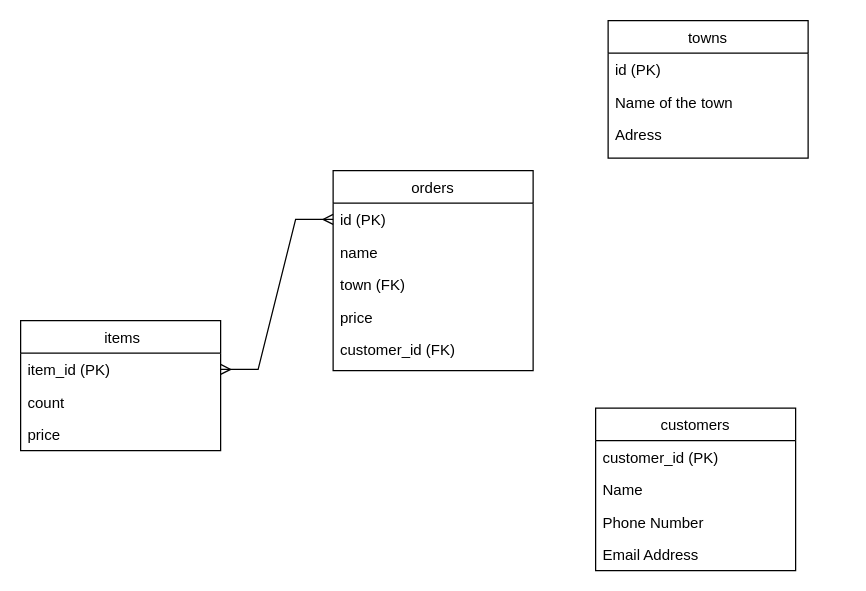
Earlier version of the draw.io diagram Диаграмма для тестового задания.drawio (pytonuserouner/UML_study). Source tidied: cells renumbered, new cells numbered last; positions are measured from the earlier drawing's top-left corner, leaving out a move shared by most shapes. Both pictures are drawn from the tidied source at 125%, with x=0, y=0 at pixel (20, 20).
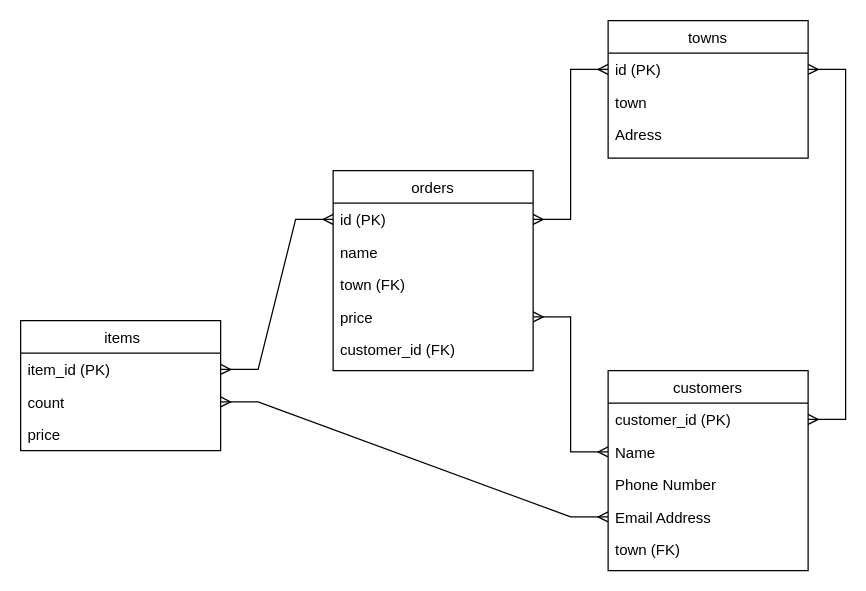
The same page after the edit.

The change refers to these unchanged cells:
```xml
<mxCell id="3" value="id (PK)" style="text;align=left;verticalAlign=top;spacingLeft=4;spacingRight=4;overflow=hidden;points=[[0,0.5],[1,0.5]];portConstraint=eastwest;" parent="2" vertex="1">
  <mxGeometry y="26" width="160" height="26" as="geometry" />
</mxCell>
<mxCell id="6" value="price" style="text;align=left;verticalAlign=top;spacingLeft=4;spacingRight=4;overflow=hidden;points=[[0,0.5],[1,0.5]];portConstraint=eastwest;rounded=0;shadow=0;html=0;" parent="2" vertex="1">
  <mxGeometry y="104" width="160" height="26" as="geometry" />
</mxCell>
<mxCell id="8" value="towns" style="swimlane;fontStyle=0;align=center;verticalAlign=top;horizontal=1;startSize=26;rounded=0;shadow=0;strokeWidth=1;" parent="1" vertex="1">
  <mxGeometry x="470" width="160" height="110" as="geometry" />
</mxCell>
<mxCell id="9" value="id (PK)" style="text;align=left;verticalAlign=top;spacingLeft=4;spacingRight=4;overflow=hidden;points=[[0,0.5],[1,0.5]];portConstraint=eastwest;" parent="8" vertex="1">
  <mxGeometry y="26" width="160" height="26" as="geometry" />
</mxCell>
<mxCell id="13" value="customer_id (PK)" style="text;align=left;verticalAlign=top;spacingLeft=4;spacingRight=4;overflow=hidden;points=[[0,0.5],[1,0.5]];portConstraint=eastwest;rounded=0;shadow=0;html=0;" parent="12" vertex="1">
  <mxGeometry y="26" width="160" height="26" as="geometry" />
</mxCell>
<mxCell id="14" value="Name" style="text;align=left;verticalAlign=top;spacingLeft=4;spacingRight=4;overflow=hidden;points=[[0,0.5],[1,0.5]];portConstraint=eastwest;" parent="12" vertex="1">
  <mxGeometry y="52" width="160" height="26" as="geometry" />
</mxCell>
<mxCell id="16" value="Email Address" style="text;align=left;verticalAlign=top;spacingLeft=4;spacingRight=4;overflow=hidden;points=[[0,0.5],[1,0.5]];portConstraint=eastwest;rounded=0;shadow=0;html=0;" parent="12" vertex="1">
  <mxGeometry y="104" width="160" height="26" as="geometry" />
</mxCell>
<mxCell id="19" value="count" style="text;align=left;verticalAlign=top;spacingLeft=4;spacingRight=4;overflow=hidden;points=[[0,0.5],[1,0.5]];portConstraint=eastwest;rounded=0;shadow=0;html=0;" parent="17" vertex="1">
  <mxGeometry y="52" width="160" height="26" as="geometry" />
</mxCell>
```

What changed in the source:
```diff
@@
-    <mxCell id="10" value="Name of the town" style="text;align=left;verticalAlign=top;spacingLeft=4;spacingRight=4;overflow=hidden;" parent="8" vertex="1">
+    <mxCell id="10" value="town" style="text;align=left;verticalAlign=top;spacingLeft=4;spacingRight=4;overflow=hidden;" parent="8" vertex="1">
       <mxGeometry y="52" width="160" height="26" as="geometry" />
     </mxCell>
@@
     <mxCell id="12" value="customers" style="swimlane;fontStyle=0;align=center;verticalAlign=top;horizontal=1;startSize=26;rounded=0;shadow=0;strokeWidth=1;" parent="1" vertex="1">
-      <mxGeometry x="460" y="310" width="160" height="130" as="geometry" />
+      <mxGeometry x="470" y="280" width="160" height="160" as="geometry" />
     </mxCell>
@@
+    <mxCell id="22" value="town (FK)" style="text;align=left;verticalAlign=top;spacingLeft=4;spacingRight=4;overflow=hidden;rounded=0;shadow=0;html=0;" parent="12" vertex="1">
+      <mxGeometry y="130" width="160" height="26" as="geometry" />
+    </mxCell>
@@
+    <mxCell id="23" style="edgeStyle=entityRelationEdgeStyle;fontSize=12;html=1;endArrow=ERmany;startArrow=ERmany;rounded=0;entryX=1;entryY=0.5;entryDx=0;entryDy=0;exitX=1;exitY=0.5;exitDx=0;exitDy=0;" parent="1" edge="1" source="13" target="9">
+      <mxGeometry relative="1" as="geometry" />
+    </mxCell>
+    <mxCell id="24" style="edgeStyle=entityRelationEdgeStyle;fontSize=12;html=1;endArrow=ERmany;startArrow=ERmany;rounded=0;entryX=1;entryY=0.5;entryDx=0;entryDy=0;exitX=0;exitY=0.5;exitDx=0;exitDy=0;" parent="1" edge="1" source="14" target="6">
+      <mxGeometry relative="1" as="geometry" />
+    </mxCell>
+    <mxCell id="25" style="edgeStyle=entityRelationEdgeStyle;fontSize=12;html=1;endArrow=ERmany;startArrow=ERmany;rounded=0;entryX=0;entryY=0.5;entryDx=0;entryDy=0;exitX=1;exitY=0.5;exitDx=0;exitDy=0;" parent="1" edge="1" source="3" target="9">
+      <mxGeometry relative="1" as="geometry" />
+    </mxCell>
+    <mxCell id="26" style="edgeStyle=entityRelationEdgeStyle;fontSize=12;html=1;endArrow=ERmany;startArrow=ERmany;rounded=0;exitX=1;exitY=0.5;exitDx=0;exitDy=0;entryX=0;entryY=0.5;entryDx=0;entryDy=0;" parent="1" edge="1" source="19" target="16">
+      <mxGeometry relative="1" as="geometry" />
+    </mxCell>
```
